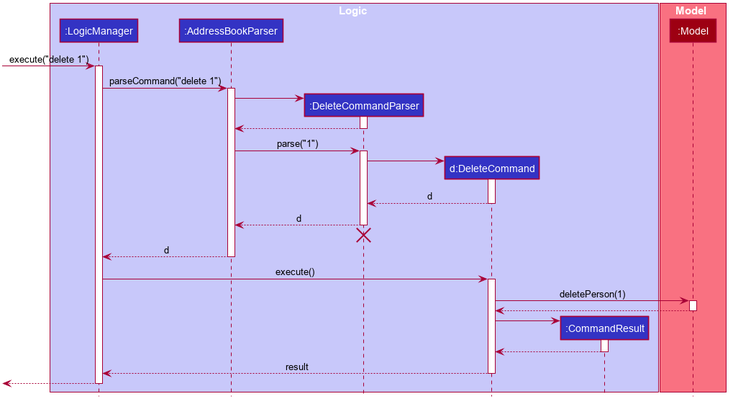
Earlier version of the PlantUML export docs/images/DeleteSequenceDiagram.png (nus-cs2103-AY1920S1/addressbook-level3).
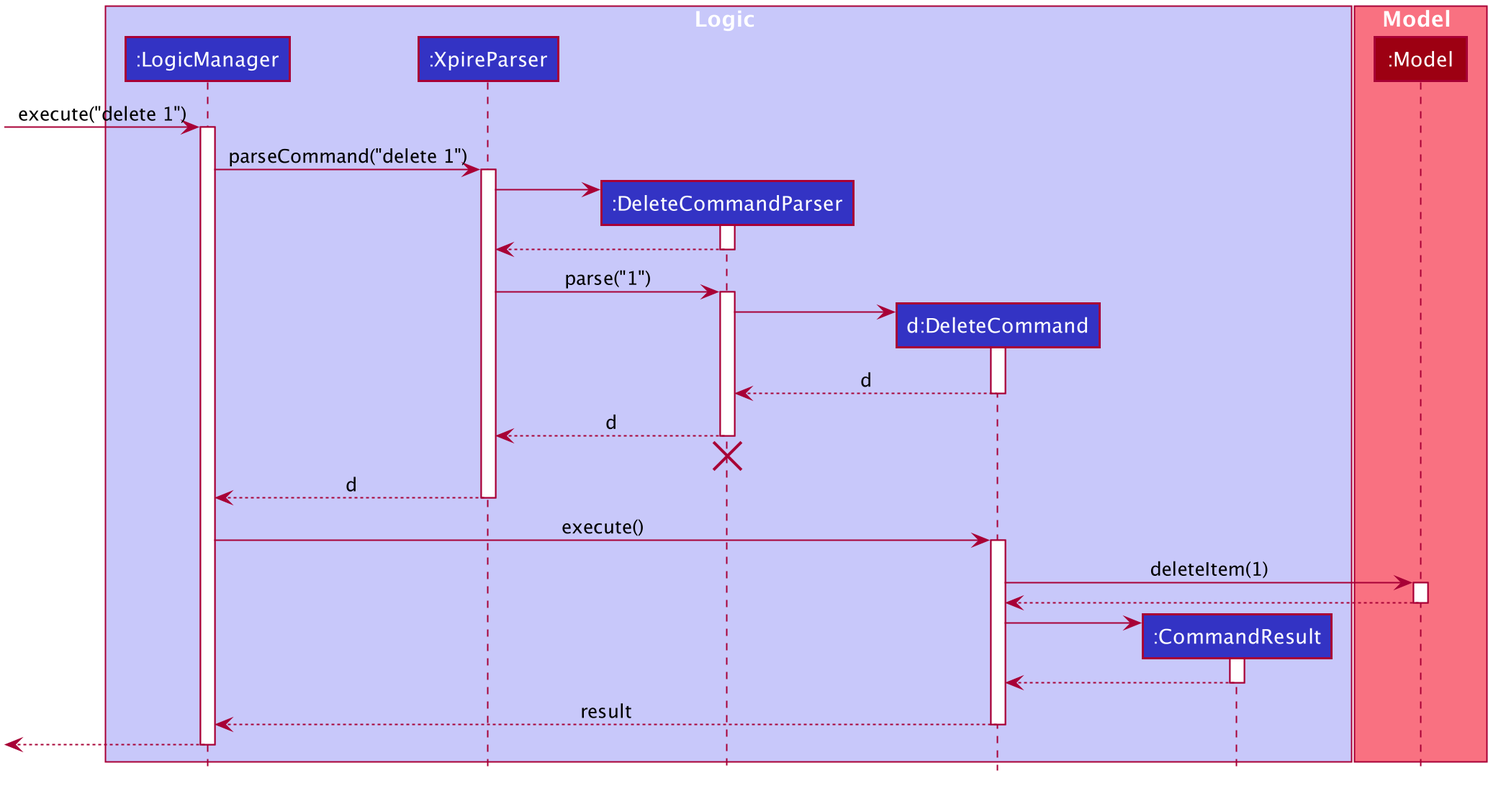
Later version of the same file.

What changed in the source:
```diff
@@ -50,7 +50,7 @@
 
 box Logic #C8C8FA
 participant ":LogicManager" as LogicManager #3333C4
-participant ":AddressBookParser" as AddressBookParser #3333C4
+participant ":XpireParser" as XpireParser #3333C4
 participant ":DeleteCommandParser" as DeleteCommandParser #3333C4
 participant "d:DeleteCommand" as DeleteCommand #3333C4
 participant ":CommandResult" as CommandResult #3333C4
@@ -63,17 +63,17 @@
 [-> LogicManager : execute("delete 1")
 activate LogicManager
 
-LogicManager -> AddressBookParser : parseCommand("delete 1")
-activate AddressBookParser
+LogicManager -> XpireParser : parseCommand("delete 1")
+activate XpireParser
 
 create DeleteCommandParser
-AddressBookParser -> DeleteCommandParser
+XpireParser -> DeleteCommandParser
 activate DeleteCommandParser
 
-DeleteCommandParser --> AddressBookParser
+DeleteCommandParser --> XpireParser
 deactivate DeleteCommandParser
 
-AddressBookParser -> DeleteCommandParser : parse("1")
+XpireParser -> DeleteCommandParser : parse("1")
 activate DeleteCommandParser
 
 create DeleteCommand
@@ -83,18 +83,18 @@
 DeleteCommand --> DeleteCommandParser : d
 deactivate DeleteCommand
 
-DeleteCommandParser --> AddressBookParser : d
+DeleteCommandParser --> XpireParser : d
 deactivate DeleteCommandParser
-DeleteCommandParser -[hidden]-> AddressBookParser
+DeleteCommandParser -[hidden]-> XpireParser
 destroy DeleteCommandParser
 
-AddressBookParser --> LogicManager : d
-deactivate AddressBookParser
+XpireParser --> LogicManager : d
+deactivate XpireParser
 
 LogicManager -> DeleteCommand : execute()
 activate DeleteCommand
 
-DeleteCommand -> Model : deletePerson(1)
+DeleteCommand -> Model : deleteItem(1)
 activate Model
 
 Model --> DeleteCommand
```
